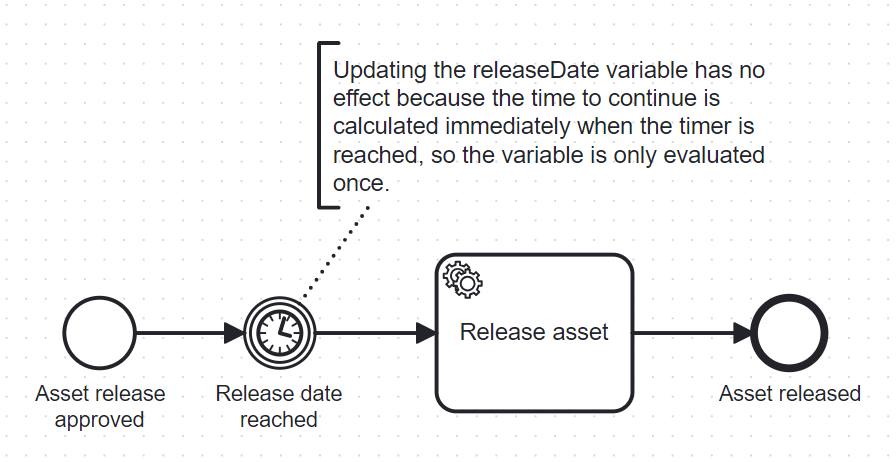
brix-ag/bpmn-design-patterns keeps this BPMN diagram as updatable-timer-pattern/timer-update-problem.png. Above is the earlier version. Its source is kept beside it as updatable-timer-pattern/timer-update-problem.bpmn. Ids are renumbered. Source of this version:
```xml
<bpmn:definitions xmlns:bpmn="http://www.omg.org/spec/BPMN/20100524/MODEL" xmlns:bpmndi="http://www.omg.org/spec/BPMN/20100524/DI" xmlns:dc="http://www.omg.org/spec/DD/20100524/DC" xmlns:xsi="http://www.w3.org/2001/XMLSchema-instance" xmlns:di="http://www.omg.org/spec/DD/20100524/DI" xmlns:zeebe="http://camunda.org/schema/zeebe/1.0" xmlns:modeler="http://camunda.org/schema/modeler/1.0" xmlns:camunda="http://camunda.org/schema/1.0/bpmn" id="Definitions_1" targetNamespace="http://bpmn.io/schema/bpmn" exporter="Camunda Web Modeler" exporterVersion="dfa4d1c" modeler:executionPlatform="Camunda Cloud" modeler:executionPlatformVersion="8.4.0" camunda:diagramRelationId="2b6e12f3-ded8-4c2b-b00c-73d117588afc">
  <bpmn:process id="Process_n1" name="01 Ausgangslage" isExecutable="true">
    <bpmn:startEvent id="StartEvent_1" name="Asset release approved">
      <bpmn:outgoing>Flow_n2</bpmn:outgoing>
    </bpmn:startEvent>
    <bpmn:sequenceFlow id="Flow_n2" sourceRef="StartEvent_1" targetRef="Event_n3" />
    <bpmn:sequenceFlow id="Flow_n4" sourceRef="Event_n3" targetRef="Activity_n5" />
    <bpmn:endEvent id="Event_n6" name="Asset released">
      <bpmn:incoming>Flow_n7</bpmn:incoming>
    </bpmn:endEvent>
    <bpmn:sequenceFlow id="Flow_n7" sourceRef="Activity_n5" targetRef="Event_n6" />
    <bpmn:intermediateCatchEvent id="Event_n3" name="Release date reached">
      <bpmn:incoming>Flow_n2</bpmn:incoming>
      <bpmn:outgoing>Flow_n4</bpmn:outgoing>
      <bpmn:timerEventDefinition id="TimerEventDefinition_n8">
        <bpmn:timeDate xsi:type="bpmn:tFormalExpression">=releaseDate</bpmn:timeDate>
      </bpmn:timerEventDefinition>
    </bpmn:intermediateCatchEvent>
    <bpmn:serviceTask id="Activity_n5" name="Release asset">
      <bpmn:extensionElements>
        <zeebe:taskDefinition type="=foo" />
      </bpmn:extensionElements>
      <bpmn:incoming>Flow_n4</bpmn:incoming>
      <bpmn:outgoing>Flow_n7</bpmn:outgoing>
    </bpmn:serviceTask>
    <bpmn:textAnnotation id="TextAnnotation_n9">
      <bpmn:text>Updating the releaseDate variable has no effect because the time to continue is calculated immediately when the timer is reached, so the variable is only evaluated once.</bpmn:text>
    </bpmn:textAnnotation>
    <bpmn:association id="Association_n10" associationDirection="None" sourceRef="Event_n3" targetRef="TextAnnotation_n9" />
  </bpmn:process>
  <bpmndi:BPMNDiagram id="BPMNDiagram_1">
    <bpmndi:BPMNPlane id="BPMNPlane_1" bpmnElement="Process_n1">
      <bpmndi:BPMNShape id="_BPMNShape_StartEvent_2" bpmnElement="StartEvent_1">
        <dc:Bounds x="150" y="210" width="36" height="36" />
        <bpmndi:BPMNLabel>
          <dc:Bounds x="134" y="253" width="69" height="27" />
        </bpmndi:BPMNLabel>
      </bpmndi:BPMNShape>
      <bpmndi:BPMNShape id="Event_n6_di" bpmnElement="Event_n6">
        <dc:Bounds x="502" y="210" width="36" height="36" />
        <bpmndi:BPMNLabel>
          <dc:Bounds x="483" y="253" width="75" height="14" />
        </bpmndi:BPMNLabel>
      </bpmndi:BPMNShape>
      <bpmndi:BPMNShape id="Event_0ey3w8i_di" bpmnElement="Event_n3">
        <dc:Bounds x="242" y="210" width="36" height="36" />
        <bpmndi:BPMNLabel>
          <dc:Bounds x="228" y="253" width="64" height="27" />
        </bpmndi:BPMNLabel>
      </bpmndi:BPMNShape>
      <bpmndi:BPMNShape id="Activity_0mp1m1w_di" bpmnElement="Activity_n5">
        <dc:Bounds x="340" y="188" width="100" height="80" />
      </bpmndi:BPMNShape>
      <bpmndi:BPMNShape id="TextAnnotation_n9_di" bpmnElement="TextAnnotation_n9">
        <dc:Bounds x="280" y="80" width="240" height="84" />
        <bpmndi:BPMNLabel />
      </bpmndi:BPMNShape>
      <bpmndi:BPMNEdge id="Flow_n2_di" bpmnElement="Flow_n2">
        <di:waypoint x="186" y="228" />
        <di:waypoint x="242" y="228" />
      </bpmndi:BPMNEdge>
      <bpmndi:BPMNEdge id="Flow_n4_di" bpmnElement="Flow_n4">
        <di:waypoint x="278" y="228" />
        <di:waypoint x="340" y="228" />
      </bpmndi:BPMNEdge>
      <bpmndi:BPMNEdge id="Flow_n7_di" bpmnElement="Flow_n7">
        <di:waypoint x="440" y="228" />
        <di:waypoint x="502" y="228" />
      </bpmndi:BPMNEdge>
      <bpmndi:BPMNEdge id="Association_n10_di" bpmnElement="Association_n10">
        <di:waypoint x="270" y="213" />
        <di:waypoint x="305" y="164" />
      </bpmndi:BPMNEdge>
    </bpmndi:BPMNPlane>
  </bpmndi:BPMNDiagram>
</bpmn:definitions>
```
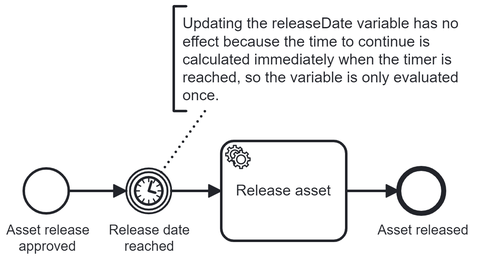
The same diagram one commit later.

What changed in the source:
```diff
@@ -1,6 +1,11 @@
-<bpmn:definitions xmlns:bpmn="http://www.omg.org/spec/BPMN/20100524/MODEL" xmlns:bpmndi="http://www.omg.org/spec/BPMN/20100524/DI" xmlns:dc="http://www.omg.org/spec/DD/20100524/DC" xmlns:xsi="http://www.w3.org/2001/XMLSchema-instance" xmlns:di="http://www.omg.org/spec/DD/20100524/DI" xmlns:zeebe="http://camunda.org/schema/zeebe/1.0" xmlns:modeler="http://camunda.org/schema/modeler/1.0" xmlns:camunda="http://camunda.org/schema/1.0/bpmn" id="Definitions_1" targetNamespace="http://bpmn.io/schema/bpmn" exporter="Camunda Web Modeler" exporterVersion="dfa4d1c" modeler:executionPlatform="Camunda Cloud" modeler:executionPlatformVersion="8.4.0" camunda:diagramRelationId="2b6e12f3-ded8-4c2b-b00c-73d117588afc">
+<bpmn:definitions xmlns:bpmn="http://www.omg.org/spec/BPMN/20100524/MODEL" xmlns:bpmndi="http://www.omg.org/spec/BPMN/20100524/DI" xmlns:dc="http://www.omg.org/spec/DD/20100524/DC" xmlns:xsi="http://www.w3.org/2001/XMLSchema-instance" xmlns:di="http://www.omg.org/spec/DD/20100524/DI" xmlns:zeebe="http://camunda.org/schema/zeebe/1.0" xmlns:modeler="http://camunda.org/schema/modeler/1.0" xmlns:camunda="http://camunda.org/schema/1.0/bpmn" id="Definitions_1" targetNamespace="http://bpmn.io/schema/bpmn" exporter="Camunda Modeler" exporterVersion="5.22.0" modeler:executionPlatform="Camunda Cloud" modeler:executionPlatformVersion="8.4.0" camunda:diagramRelationId="2b6e12f3-ded8-4c2b-b00c-73d117588afc">
   <bpmn:process id="Process_n1" name="01 Ausgangslage" isExecutable="true">
     <bpmn:startEvent id="StartEvent_1" name="Asset release approved">
+      <bpmn:extensionElements>
+        <zeebe:properties>
+          <zeebe:property name="camundaModeler:exampleOutputJson" value="{&#10;  &#34;releaseDate&#34;: &#34;2024-04-23T08:00:00Z&#34;&#10;}" />
+        </zeebe:properties>
+      </bpmn:extensionElements>
       <bpmn:outgoing>Flow_n2</bpmn:outgoing>
     </bpmn:startEvent>
     <bpmn:sequenceFlow id="Flow_n2" sourceRef="StartEvent_1" targetRef="Event_n3" />
@@ -18,7 +23,7 @@
     </bpmn:intermediateCatchEvent>
     <bpmn:serviceTask id="Activity_n5" name="Release asset">
       <bpmn:extensionElements>
-        <zeebe:taskDefinition type="=foo" />
+        <zeebe:taskDefinition type="releaseAsset" />
       </bpmn:extensionElements>
       <bpmn:incoming>Flow_n4</bpmn:incoming>
       <bpmn:outgoing>Flow_n7</bpmn:outgoing>
@@ -31,45 +36,45 @@
   <bpmndi:BPMNDiagram id="BPMNDiagram_1">
     <bpmndi:BPMNPlane id="BPMNPlane_1" bpmnElement="Process_n1">
       <bpmndi:BPMNShape id="_BPMNShape_StartEvent_2" bpmnElement="StartEvent_1">
-        <dc:Bounds x="150" y="210" width="36" height="36" />
+        <dc:Bounds x="172" y="242" width="36" height="36" />
         <bpmndi:BPMNLabel>
-          <dc:Bounds x="134" y="253" width="69" height="27" />
+          <dc:Bounds x="158" y="285" width="66" height="27" />
         </bpmndi:BPMNLabel>
       </bpmndi:BPMNShape>
       <bpmndi:BPMNShape id="Event_n6_di" bpmnElement="Event_n6">
-        <dc:Bounds x="502" y="210" width="36" height="36" />
+        <dc:Bounds x="472" y="242" width="36" height="36" />
         <bpmndi:BPMNLabel>
-          <dc:Bounds x="483" y="253" width="75" height="14" />
+          <dc:Bounds x="455" y="285" width="72" height="14" />
         </bpmndi:BPMNLabel>
       </bpmndi:BPMNShape>
       <bpmndi:BPMNShape id="Event_0ey3w8i_di" bpmnElement="Event_n3">
-        <dc:Bounds x="242" y="210" width="36" height="36" />
+        <dc:Bounds x="254" y="242" width="36" height="36" />
         <bpmndi:BPMNLabel>
-          <dc:Bounds x="228" y="253" width="64" height="27" />
+          <dc:Bounds x="240" y="285" width="65" height="27" />
         </bpmndi:BPMNLabel>
       </bpmndi:BPMNShape>
       <bpmndi:BPMNShape id="Activity_0mp1m1w_di" bpmnElement="Activity_n5">
-        <dc:Bounds x="340" y="188" width="100" height="80" />
+        <dc:Bounds x="330" y="220" width="100" height="80" />
       </bpmndi:BPMNShape>
       <bpmndi:BPMNShape id="TextAnnotation_n9_di" bpmnElement="TextAnnotation_n9">
-        <dc:Bounds x="280" y="80" width="240" height="84" />
+        <dc:Bounds x="292" y="112" width="240" height="84" />
         <bpmndi:BPMNLabel />
       </bpmndi:BPMNShape>
       <bpmndi:BPMNEdge id="Flow_n2_di" bpmnElement="Flow_n2">
-        <di:waypoint x="186" y="228" />
-        <di:waypoint x="242" y="228" />
+        <di:waypoint x="208" y="260" />
+        <di:waypoint x="254" y="260" />
       </bpmndi:BPMNEdge>
       <bpmndi:BPMNEdge id="Flow_n4_di" bpmnElement="Flow_n4">
-        <di:waypoint x="278" y="228" />
-        <di:waypoint x="340" y="228" />
+        <di:waypoint x="290" y="260" />
+        <di:waypoint x="330" y="260" />
       </bpmndi:BPMNEdge>
       <bpmndi:BPMNEdge id="Flow_n7_di" bpmnElement="Flow_n7">
-        <di:waypoint x="440" y="228" />
-        <di:waypoint x="502" y="228" />
+        <di:waypoint x="430" y="260" />
+        <di:waypoint x="472" y="260" />
       </bpmndi:BPMNEdge>
       <bpmndi:BPMNEdge id="Association_n10_di" bpmnElement="Association_n10">
-        <di:waypoint x="270" y="213" />
-        <di:waypoint x="305" y="164" />
+        <di:waypoint x="282" y="245" />
+        <di:waypoint x="317" y="196" />
       </bpmndi:BPMNEdge>
     </bpmndi:BPMNPlane>
   </bpmndi:BPMNDiagram>
```
